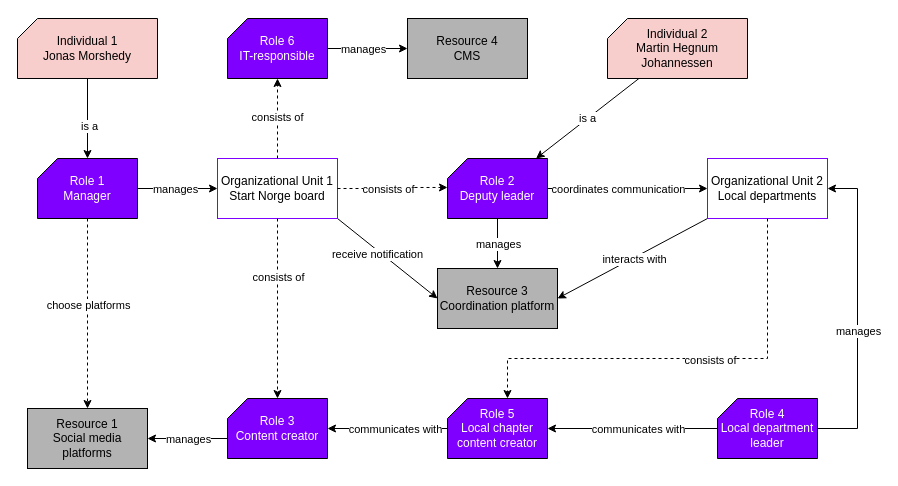
Earlier version of the draw.io diagram page "Redesigned actors and resources model" (13 of 14) of 4EM.drawio (marhjoh/TDT4252-Enterprise-Architecture-for-Enterprise-Innovation). Source tidied: cells renumbered, new cells numbered last; positions are measured from the earlier drawing's top-left corner, leaving out a move shared by most shapes. Both pictures are drawn from the tidied source at 100%, with x=0, y=0 at pixel (17, 18).
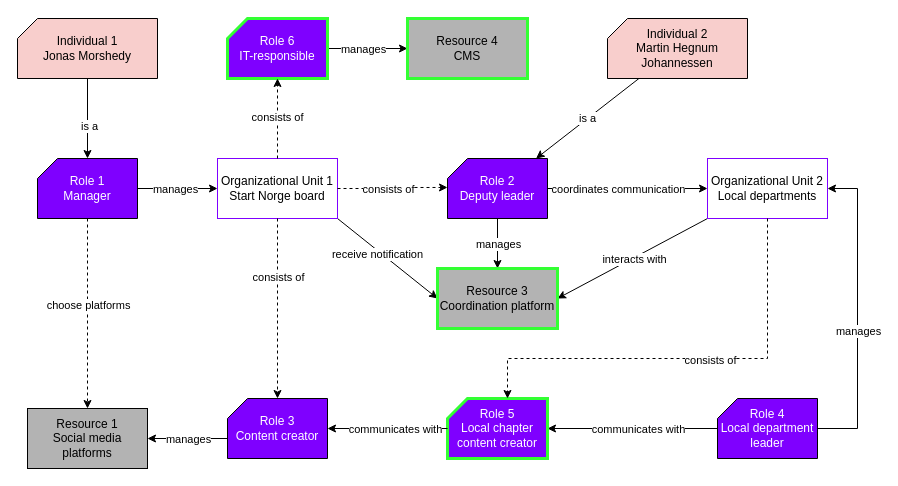
The same diagram, later.

What changed in the source:
```diff
@@
-    <mxCell id="37" value="Role 5&lt;div&gt;Local chapter content creator&lt;/div&gt;" style="verticalLabelPosition=middle;verticalAlign=middle;html=1;shape=card;whiteSpace=wrap;size=20;arcSize=12;align=center;fillColor=#7F00FF;labelPosition=center;fontColor=#FFFFFF;" parent="1" vertex="1">
+    <mxCell id="37" value="Role 5&lt;div&gt;Local chapter content creator&lt;/div&gt;" style="verticalLabelPosition=middle;verticalAlign=middle;html=1;shape=card;whiteSpace=wrap;size=20;arcSize=12;align=center;fillColor=#7F00FF;labelPosition=center;fontColor=#FFFFFF;strokeColor=#33FF33;strokeWidth=3;" parent="1" vertex="1">
       <mxGeometry x="430" y="380" width="100" height="60" as="geometry" />
     </mxCell>
@@
-    <mxCell id="42" value="&lt;div&gt;Resource 3&lt;/div&gt;&lt;div&gt;Coordination platform&lt;/div&gt;" style="rounded=0;whiteSpace=wrap;html=1;strokeColor=#000000;fillColor=#B3B3B3;" parent="1" vertex="1">
+    <mxCell id="42" value="&lt;div&gt;Resource 3&lt;/div&gt;&lt;div&gt;Coordination platform&lt;/div&gt;" style="rounded=0;whiteSpace=wrap;html=1;strokeColor=#33FF33;fillColor=#B3B3B3;strokeWidth=3;" parent="1" vertex="1">
       <mxGeometry x="420" y="250" width="120" height="60" as="geometry" />
     </mxCell>
@@
-    <mxCell id="46" value="Role 6&lt;div&gt;IT-responsible&lt;/div&gt;" style="verticalLabelPosition=middle;verticalAlign=middle;html=1;shape=card;whiteSpace=wrap;size=20;arcSize=12;align=center;fillColor=#7F00FF;labelPosition=center;fontColor=#FFFFFF;" parent="1" vertex="1">
+    <mxCell id="46" value="Role 6&lt;div&gt;IT-responsible&lt;/div&gt;" style="verticalLabelPosition=middle;verticalAlign=middle;html=1;shape=card;whiteSpace=wrap;size=20;arcSize=12;align=center;fillColor=#7F00FF;labelPosition=center;fontColor=#FFFFFF;strokeColor=#33FF33;strokeWidth=3;" parent="1" vertex="1">
       <mxGeometry x="210" width="100" height="60" as="geometry" />
     </mxCell>
@@
-    <mxCell id="49" value="&lt;div&gt;Resource 4&lt;/div&gt;&lt;div&gt;CMS&lt;/div&gt;" style="rounded=0;whiteSpace=wrap;html=1;strokeColor=#000000;fillColor=#B3B3B3;" parent="1" vertex="1">
+    <mxCell id="49" value="&lt;div&gt;Resource 4&lt;/div&gt;&lt;div&gt;CMS&lt;/div&gt;" style="rounded=0;whiteSpace=wrap;html=1;strokeColor=#33FF33;fillColor=#B3B3B3;strokeWidth=3;" parent="1" vertex="1">
       <mxGeometry x="390" width="120" height="60" as="geometry" />
     </mxCell>
```
